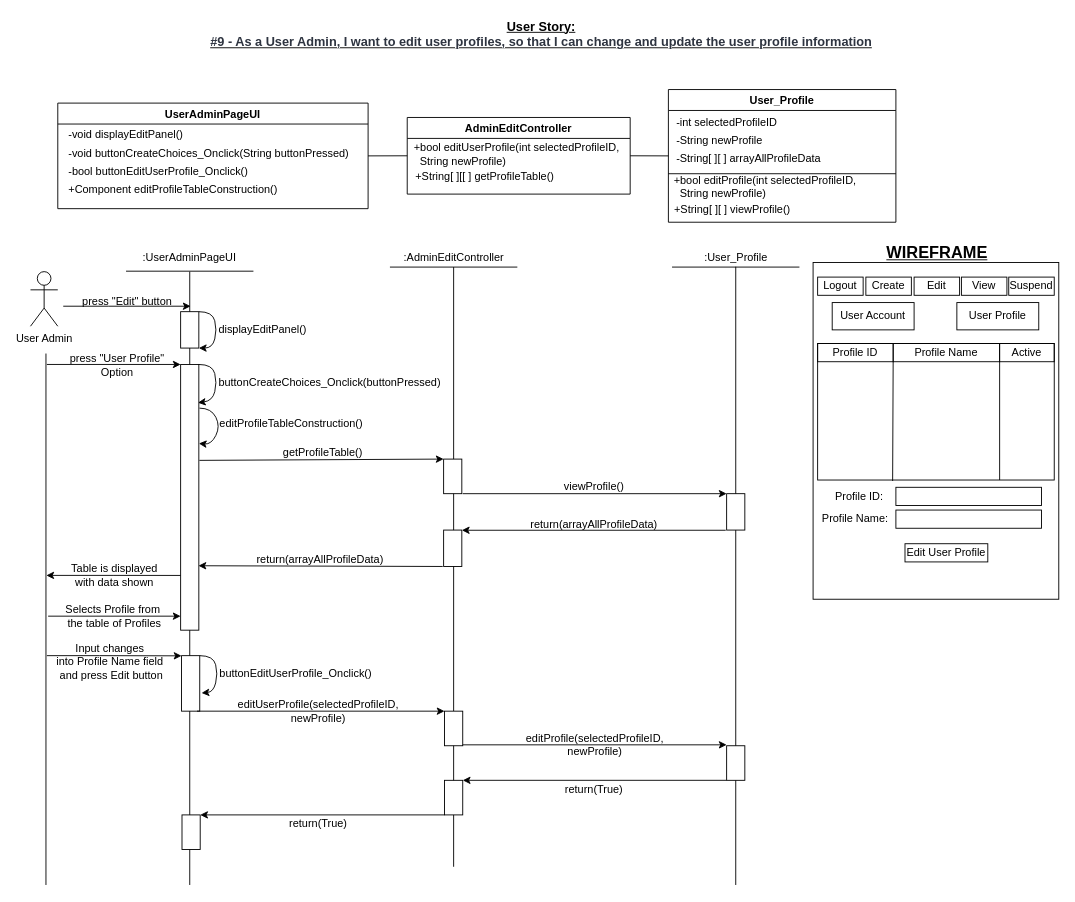
extred5700/JAVAGUI-Restaurant-Table-Order-System keeps this draw.io diagram as BCE_UML_and_Diagrams/UserAdmin/UserAdmin_Edit(#4&9)/UserStory#9_EditUserProfile.drawio. Above is the earlier version. Source tidied: cells renumbered, new cells numbered last; positions are measured from the earlier drawing's top-left corner, leaving out a move shared by most shapes. Both pictures are drawn from the tidied source at 91%, with x=0, y=0 at pixel (30, 15).
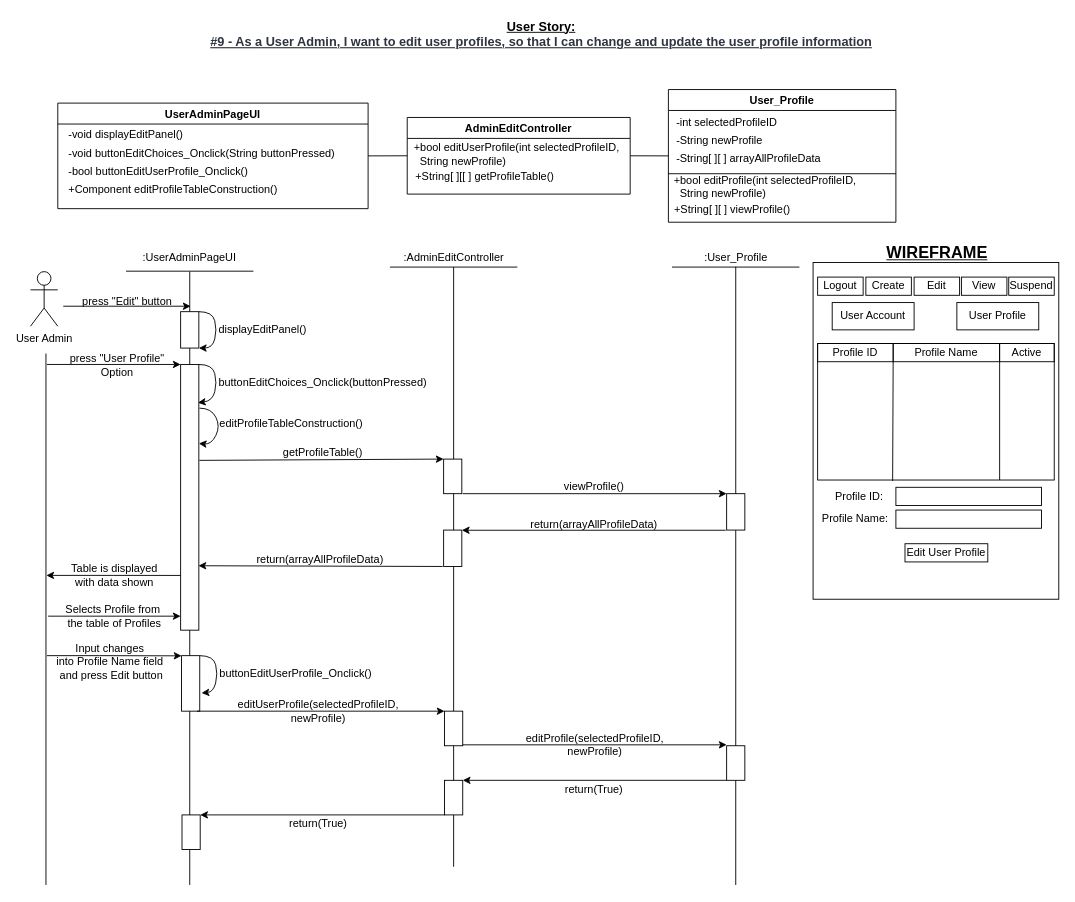
The same diagram, later.

The change refers to these unchanged cells:
```xml
<mxCell id="4" value="UserAdminPageUI" style="swimlane;" parent="1" vertex="1">
  <mxGeometry x="30" y="95.8" width="341" height="116" as="geometry" />
</mxCell>
```

What changed in the source:
```diff
@@
-    <mxCell id="7" value="-void buttonCreateChoices_Onclick(String buttonPressed)" style="text;html=1;align=left;verticalAlign=middle;strokeColor=none;fillColor=none;" parent="4" vertex="1">
-      <mxGeometry x="10" y="44.8" width="320" height="20" as="geometry" />
+    <mxCell id="7" value="-void buttonEditChoices_Onclick(String buttonPressed)" style="text;html=1;align=left;verticalAlign=middle;strokeColor=none;fillColor=none;" parent="4" vertex="1">
+      <mxGeometry x="10" y="44.8" width="310" height="20" as="geometry" />
     </mxCell>
@@
-    <mxCell id="81" value="buttonCreateChoices_Onclick(buttonPressed)" style="text;html=1;align=left;verticalAlign=middle;strokeColor=none;fillColor=none;" parent="1" vertex="1">
-      <mxGeometry x="205" y="393" width="260" height="20" as="geometry" />
+    <mxCell id="81" value="buttonEditChoices_Onclick(buttonPressed)" style="text;html=1;align=left;verticalAlign=middle;strokeColor=none;fillColor=none;" parent="1" vertex="1">
+      <mxGeometry x="205" y="393" width="240" height="20" as="geometry" />
     </mxCell>
```
